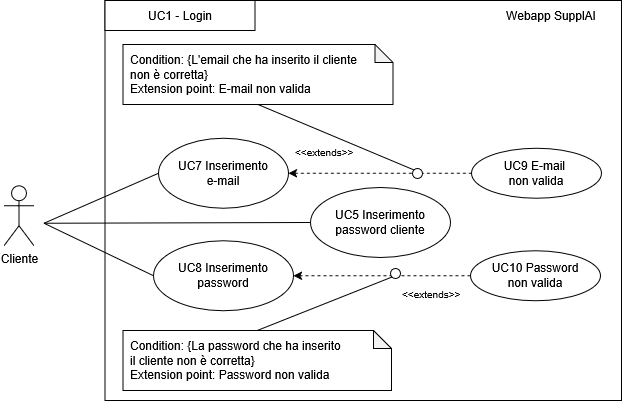
Above: 2 - RTB/imgs/inserimento-email-password.png in CodeHex16/documentazione (draw.io), before the change. Source tidied: cells renumbered, new cells last; positions are measured from the earlier drawing's top-left corner, leaving out a move shared by most shapes.
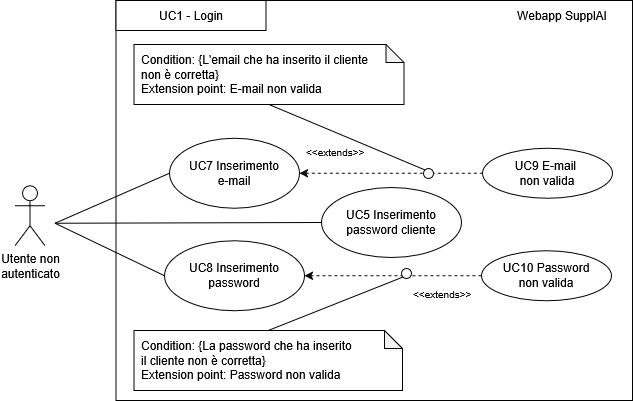
The same diagram one commit later.

The edit, as a diff of the source:
```diff
@@ -63,7 +63,7 @@
         <mxPoint x="40.5" y="222.8" as="sourcePoint" />
       </mxGeometry>
     </mxCell>
-    <mxCell id="21" value="Cliente" style="shape=umlActor;verticalLabelPosition=bottom;verticalAlign=top;html=1;" parent="1" vertex="1">
+    <mxCell id="21" value="&lt;div&gt;Utente non&lt;/div&gt;&lt;div&gt;autenticato&lt;/div&gt;" style="shape=umlActor;verticalLabelPosition=bottom;verticalAlign=top;html=1;" parent="1" vertex="1">
       <mxGeometry x="0.5" y="185.2" width="30" height="60" as="geometry" />
     </mxCell>
     <mxCell id="22" value="&lt;div&gt;UC8 Inserimento&lt;/div&gt;&lt;div&gt;password&lt;/div&gt;" style="ellipse;whiteSpace=wrap;html=1;" parent="1" vertex="1">
```
